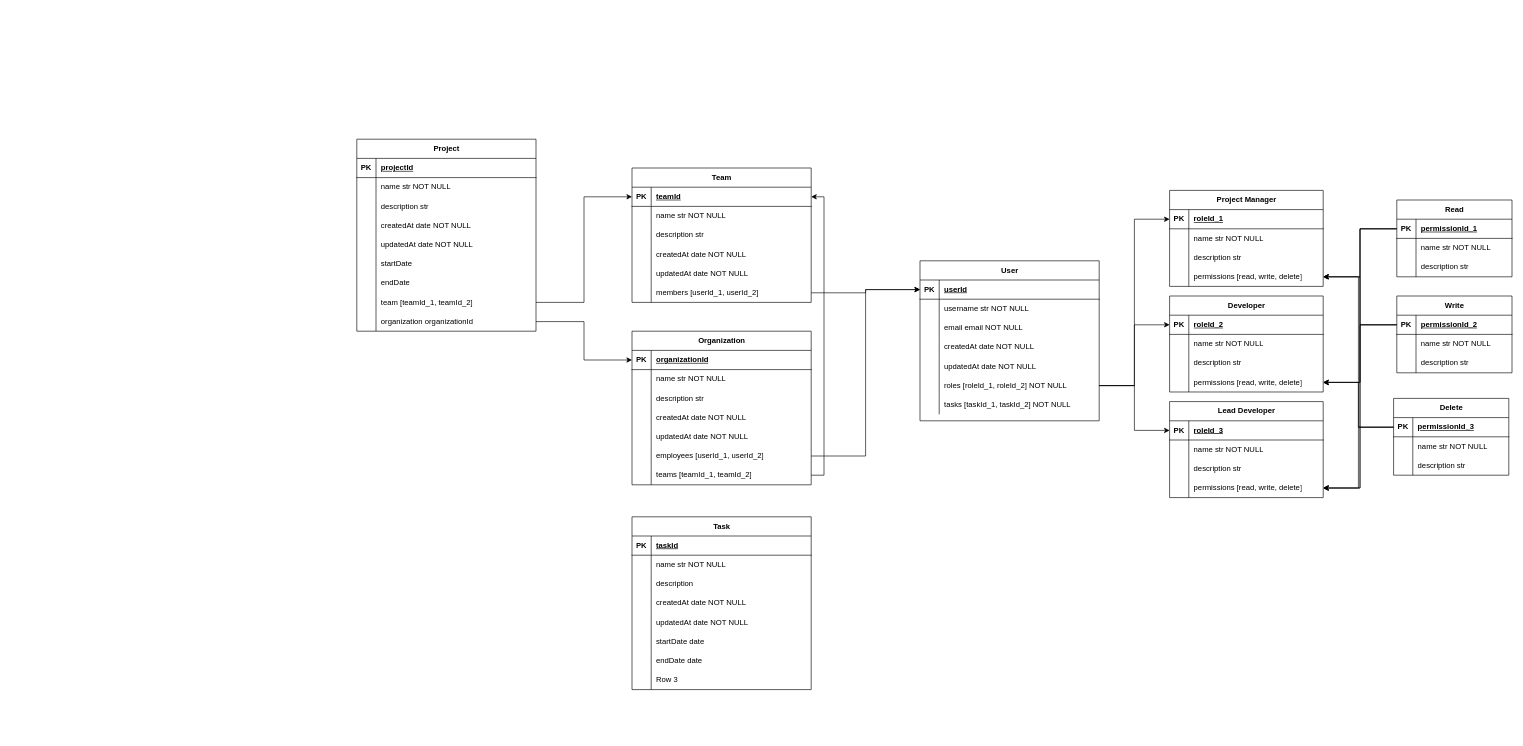
The draw.io diagram Project Sage.drawio in LeePaulison/project_sage, before the edit. Source tidied: cells renumbered, new cells numbered last; positions are measured from the earlier drawing's top-left corner, leaving out a move shared by most shapes. Both pictures are drawn from the tidied source at 64%, with x=0, y=0 at pixel (356, 139).
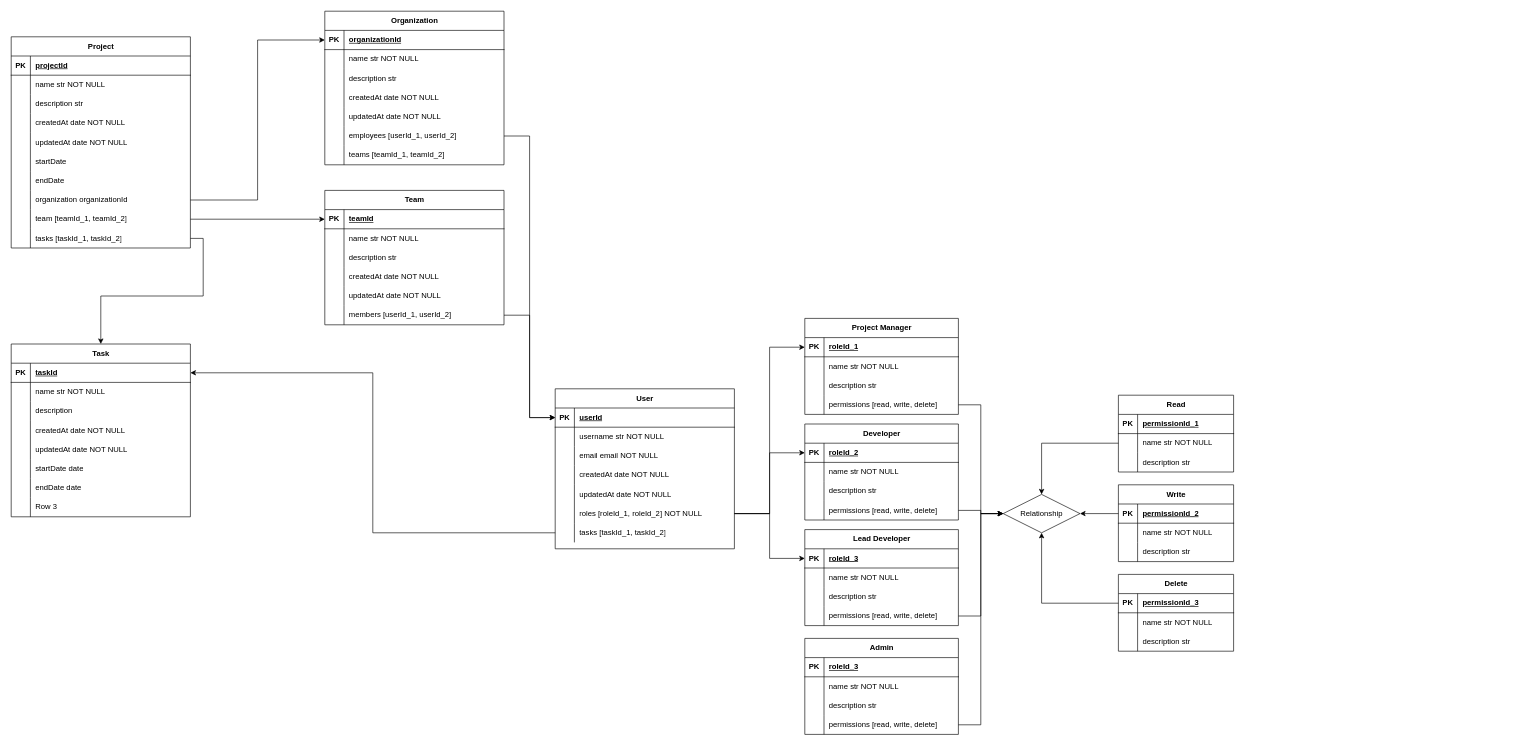
The same diagram, later.

The change refers to these unchanged cells:
```xml
<mxCell id="3" style="shape=tableRow;horizontal=0;startSize=0;swimlaneHead=0;swimlaneBody=0;fillColor=none;points=[[0,0.5],[1,0.5]];portConstraint=eastwest;top=0;left=0;right=0;bottom=1;" parent="2" vertex="1">
  <mxGeometry y="30" width="280" height="30" as="geometry" />
</mxCell>
<mxCell id="21" style="shape=tableRow;horizontal=0;startSize=0;swimlaneHead=0;swimlaneBody=0;fillColor=none;points=[[0,0.5],[1,0.5]];portConstraint=eastwest;top=0;left=0;right=0;bottom=0;" parent="2" vertex="1">
  <mxGeometry y="210" width="280" height="30" as="geometry" />
</mxCell>
<mxCell id="36" style="shape=tableRow;horizontal=0;startSize=0;swimlaneHead=0;swimlaneBody=0;fillColor=none;points=[[0,0.5],[1,0.5]];portConstraint=eastwest;top=0;left=0;right=0;bottom=0;" parent="26" vertex="1">
  <mxGeometry y="120" width="240" height="30" as="geometry" />
</mxCell>
<mxCell id="40" style="shape=tableRow;horizontal=0;startSize=0;swimlaneHead=0;swimlaneBody=0;fillColor=none;points=[[0,0.5],[1,0.5]];portConstraint=eastwest;top=0;left=0;right=0;bottom=1;" parent="39" vertex="1">
  <mxGeometry y="30" width="180" height="30" as="geometry" />
</mxCell>
<mxCell id="43" style="shape=tableRow;horizontal=0;startSize=0;swimlaneHead=0;swimlaneBody=0;fillColor=none;points=[[0,0.5],[1,0.5]];portConstraint=eastwest;top=0;left=0;right=0;bottom=0;" parent="39" vertex="1">
  <mxGeometry y="60" width="180" height="30" as="geometry" />
</mxCell>
<mxCell id="59" style="shape=tableRow;horizontal=0;startSize=0;swimlaneHead=0;swimlaneBody=0;fillColor=none;points=[[0,0.5],[1,0.5]];portConstraint=eastwest;top=0;left=0;right=0;bottom=0;" parent="49" vertex="1">
  <mxGeometry y="120" width="240" height="30" as="geometry" />
</mxCell>
<mxCell id="72" style="shape=tableRow;horizontal=0;startSize=0;swimlaneHead=0;swimlaneBody=0;fillColor=none;points=[[0,0.5],[1,0.5]];portConstraint=eastwest;top=0;left=0;right=0;bottom=0;" parent="62" vertex="1">
  <mxGeometry y="120" width="240" height="30" as="geometry" />
</mxCell>
<mxCell id="76" style="shape=tableRow;horizontal=0;startSize=0;swimlaneHead=0;swimlaneBody=0;fillColor=none;points=[[0,0.5],[1,0.5]];portConstraint=eastwest;top=0;left=0;right=0;bottom=1;" parent="75" vertex="1">
  <mxGeometry y="30" width="180" height="30" as="geometry" />
</mxCell>
<mxCell id="86" style="shape=tableRow;horizontal=0;startSize=0;swimlaneHead=0;swimlaneBody=0;fillColor=none;points=[[0,0.5],[1,0.5]];portConstraint=eastwest;top=0;left=0;right=0;bottom=1;" parent="85" vertex="1">
  <mxGeometry y="30" width="180" height="30" as="geometry" />
</mxCell>
<mxCell id="136" style="shape=tableRow;horizontal=0;startSize=0;swimlaneHead=0;swimlaneBody=0;fillColor=none;points=[[0,0.5],[1,0.5]];portConstraint=eastwest;top=0;left=0;right=0;bottom=1;" parent="135" vertex="1">
  <mxGeometry y="30" width="280" height="30" as="geometry" />
</mxCell>
<mxCell id="154" style="shape=tableRow;horizontal=0;startSize=0;swimlaneHead=0;swimlaneBody=0;fillColor=none;points=[[0,0.5],[1,0.5]];portConstraint=eastwest;top=0;left=0;right=0;bottom=0;" parent="135" vertex="1">
  <mxGeometry y="210" width="280" height="30" as="geometry" />
</mxCell>
<mxCell id="158" style="shape=tableRow;horizontal=0;startSize=0;swimlaneHead=0;swimlaneBody=0;fillColor=none;points=[[0,0.5],[1,0.5]];portConstraint=eastwest;top=0;left=0;right=0;bottom=1;" parent="157" vertex="1">
  <mxGeometry y="30" width="280" height="30" as="geometry" />
</mxCell>
<mxCell id="173" style="shape=tableRow;horizontal=0;startSize=0;swimlaneHead=0;swimlaneBody=0;fillColor=none;points=[[0,0.5],[1,0.5]];portConstraint=eastwest;top=0;left=0;right=0;bottom=0;" parent="157" vertex="1">
  <mxGeometry y="180" width="280" height="30" as="geometry" />
</mxCell>
<mxCell id="182" style="shape=tableRow;horizontal=0;startSize=0;swimlaneHead=0;swimlaneBody=0;fillColor=none;points=[[0,0.5],[1,0.5]];portConstraint=eastwest;top=0;left=0;right=0;bottom=1;" parent="181" vertex="1">
  <mxGeometry y="30" width="280" height="30" as="geometry" />
</mxCell>
```

What changed in the source:
```diff
@@
     <mxCell id="2" value="User" style="shape=table;startSize=30;childLayout=tableLayout;rowLines=0;fontStyle=1;align=center;html=1;" parent="1" vertex="1">
-      <mxGeometry x="880" y="190" width="280" height="250" as="geometry" />
+      <mxGeometry x="310" y="390" width="280" height="250" as="geometry" />
     </mxCell>
@@
-    <mxCell id="23" value="tasks [taskId_1, taskId_2] NOT NULL" style="shape=partialRectangle;fillColor=none;top=0;left=0;bottom=0;right=0;align=left;spacingLeft=6;overflow=hidden;whiteSpace=wrap;html=1;" parent="21" vertex="1">
+    <mxCell id="23" value="tasks [taskId_1, taskId_2]" style="shape=partialRectangle;fillColor=none;top=0;left=0;bottom=0;right=0;align=left;spacingLeft=6;overflow=hidden;whiteSpace=wrap;html=1;" parent="21" vertex="1">
       <mxGeometry x="30" width="250" height="30" as="geometry" />
     </mxCell>
     <mxCell id="24" style="shape=tableRow;horizontal=0;startSize=0;swimlaneHead=0;swimlaneBody=0;fillColor=none;top=0;left=0;right=0;bottom=0;" parent="1" vertex="1">
-      <mxGeometry x="900" y="340" width="180" height="30" as="geometry" />
+      <mxGeometry x="330" y="540" width="180" height="30" as="geometry" />
     </mxCell>
@@
     <mxCell id="26" value="Project Manager" style="shape=table;startSize=30;childLayout=tableLayout;rowLines=0;fontStyle=1;align=center;html=1;" parent="1" vertex="1">
-      <mxGeometry x="1270" y="80" width="240" height="150" as="geometry" />
+      <mxGeometry x="700" y="280" width="240" height="150" as="geometry" />
     </mxCell>
@@
     <mxCell id="39" value="Read" style="shape=table;startSize=30;childLayout=tableLayout;rowLines=0;fontStyle=1;align=center;html=1;" parent="1" vertex="1">
-      <mxGeometry x="1625" y="95" width="180" height="120" as="geometry" />
+      <mxGeometry x="1190" y="400" width="180" height="120" as="geometry" />
     </mxCell>
@@
     <mxCell id="49" value="Developer" style="shape=table;startSize=30;childLayout=tableLayout;rowLines=0;fontStyle=1;align=center;html=1;" parent="1" vertex="1">
-      <mxGeometry x="1270" y="245" width="240" height="150" as="geometry" />
+      <mxGeometry x="700" y="445" width="240" height="150" as="geometry" />
     </mxCell>
@@
     <mxCell id="62" value="Lead Developer" style="shape=table;startSize=30;childLayout=tableLayout;rowLines=0;fontStyle=1;align=center;html=1;" parent="1" vertex="1">
-      <mxGeometry x="1270" y="410" width="240" height="150" as="geometry" />
+      <mxGeometry x="700" y="610" width="240" height="150" as="geometry" />
     </mxCell>
@@
     <mxCell id="75" value="Write" style="shape=table;startSize=30;childLayout=tableLayout;rowLines=0;fontStyle=1;align=center;html=1;" parent="1" vertex="1">
-      <mxGeometry x="1625" y="245" width="180" height="120" as="geometry" />
+      <mxGeometry x="1190" y="540" width="180" height="120" as="geometry" />
     </mxCell>
@@
     <mxCell id="85" value="Delete" style="shape=table;startSize=30;childLayout=tableLayout;rowLines=0;fontStyle=1;align=center;html=1;" parent="1" vertex="1">
-      <mxGeometry x="1620" y="405" width="180" height="120" as="geometry" />
+      <mxGeometry x="1190" y="680" width="180" height="120" as="geometry" />
     </mxCell>
@@
-    <mxCell id="95" style="edgeStyle=orthogonalEdgeStyle;rounded=0;jettySize=auto;html=1;exitX=0;exitY=0.5;exitDx=0;exitDy=0;entryX=1;entryY=0.5;entryDx=0;entryDy=0;" parent="1" edge="1" source="40" target="36">
-      <mxGeometry relative="1" as="geometry" />
-    </mxCell>
-    <mxCell id="96" style="edgeStyle=orthogonalEdgeStyle;rounded=0;jettySize=auto;html=1;exitX=0;exitY=0.5;exitDx=0;exitDy=0;entryX=1;entryY=0.5;entryDx=0;entryDy=0;" parent="1" edge="1" source="76" target="36">
-      <mxGeometry relative="1" as="geometry" />
-    </mxCell>
-    <mxCell id="97" style="edgeStyle=orthogonalEdgeStyle;rounded=0;jettySize=auto;html=1;exitX=0;exitY=0.5;exitDx=0;exitDy=0;entryX=1;entryY=0.5;entryDx=0;entryDy=0;" parent="1" edge="1" source="86" target="36">
-      <mxGeometry relative="1" as="geometry" />
-    </mxCell>
-    <mxCell id="98" style="edgeStyle=orthogonalEdgeStyle;rounded=0;jettySize=auto;html=1;exitX=0;exitY=0.5;exitDx=0;exitDy=0;entryX=1;entryY=0.5;entryDx=0;entryDy=0;" parent="1" edge="1" source="40" target="59">
-      <mxGeometry relative="1" as="geometry" />
-    </mxCell>
-    <mxCell id="99" style="edgeStyle=orthogonalEdgeStyle;rounded=0;jettySize=auto;html=1;exitX=0;exitY=0.5;exitDx=0;exitDy=0;entryX=1;entryY=0.5;entryDx=0;entryDy=0;" parent="1" edge="1" source="76" target="59">
-      <mxGeometry relative="1" as="geometry" />
-    </mxCell>
-    <mxCell id="100" style="edgeStyle=orthogonalEdgeStyle;rounded=0;jettySize=auto;html=1;exitX=0;exitY=0.5;exitDx=0;exitDy=0;" parent="1" edge="1" source="86" target="59">
-      <mxGeometry relative="1" as="geometry" />
-    </mxCell>
-    <mxCell id="101" style="edgeStyle=orthogonalEdgeStyle;rounded=0;jettySize=auto;html=1;exitX=0;exitY=0.5;exitDx=0;exitDy=0;" parent="1" edge="1" source="40" target="72">
-      <mxGeometry relative="1" as="geometry" />
-    </mxCell>
-    <mxCell id="102" style="edgeStyle=orthogonalEdgeStyle;rounded=0;jettySize=auto;html=1;exitX=0;exitY=0.5;exitDx=0;exitDy=0;" parent="1" edge="1" source="76" target="72">
-      <mxGeometry relative="1" as="geometry" />
-    </mxCell>
-    <mxCell id="103" style="edgeStyle=orthogonalEdgeStyle;rounded=0;jettySize=auto;html=1;exitX=0;exitY=0.5;exitDx=0;exitDy=0;" parent="1" edge="1" source="86" target="72">
-      <mxGeometry relative="1" as="geometry" />
-    </mxCell>
@@
     <mxCell id="107" value="Project" style="shape=table;startSize=30;childLayout=tableLayout;rowLines=0;fontStyle=1;align=center;html=1;" parent="1" vertex="1">
-      <mxGeometry width="280" height="300" as="geometry" />
+      <mxGeometry x="-540" y="-160" width="280" height="330" as="geometry" />
     </mxCell>
@@
+    <mxCell id="132" style="shape=tableRow;horizontal=0;startSize=0;swimlaneHead=0;swimlaneBody=0;fillColor=none;points=[[0,0.5],[1,0.5]];portConstraint=eastwest;top=0;left=0;right=0;bottom=0;" parent="107" vertex="1">
+      <mxGeometry y="240" width="280" height="30" as="geometry" />
+    </mxCell>
+    <mxCell id="133" style="shape=partialRectangle;fillColor=none;top=0;left=0;bottom=0;right=0;overflow=hidden;whiteSpace=wrap;html=1;" parent="132" vertex="1">
+      <mxGeometry width="30" height="30" as="geometry" />
+    </mxCell>
+    <mxCell id="134" value="organization organizationId" style="shape=partialRectangle;fillColor=none;top=0;left=0;bottom=0;right=0;align=left;spacingLeft=6;overflow=hidden;whiteSpace=wrap;html=1;" parent="132" vertex="1">
+      <mxGeometry x="30" width="250" height="30" as="geometry" />
+    </mxCell>
     <mxCell id="129" style="shape=tableRow;horizontal=0;startSize=0;swimlaneHead=0;swimlaneBody=0;fillColor=none;points=[[0,0.5],[1,0.5]];portConstraint=eastwest;top=0;left=0;right=0;bottom=0;" parent="107" vertex="1">
-      <mxGeometry y="240" width="280" height="30" as="geometry" />
+      <mxGeometry y="270" width="280" height="30" as="geometry" />
     </mxCell>
@@
-    <mxCell id="132" style="shape=tableRow;horizontal=0;startSize=0;swimlaneHead=0;swimlaneBody=0;fillColor=none;points=[[0,0.5],[1,0.5]];portConstraint=eastwest;top=0;left=0;right=0;bottom=0;" parent="107" vertex="1">
-      <mxGeometry y="270" width="280" height="30" as="geometry" />
-    </mxCell>
-    <mxCell id="133" style="shape=partialRectangle;fillColor=none;top=0;left=0;bottom=0;right=0;overflow=hidden;whiteSpace=wrap;html=1;" parent="132" vertex="1">
-      <mxGeometry width="30" height="30" as="geometry" />
-    </mxCell>
-    <mxCell id="134" value="organization organizationId" style="shape=partialRectangle;fillColor=none;top=0;left=0;bottom=0;right=0;align=left;spacingLeft=6;overflow=hidden;whiteSpace=wrap;html=1;" parent="132" vertex="1">
-      <mxGeometry x="30" width="250" height="30" as="geometry" />
-    </mxCell>
+    <mxCell id="206" style="shape=tableRow;horizontal=0;startSize=0;swimlaneHead=0;swimlaneBody=0;fillColor=none;points=[[0,0.5],[1,0.5]];portConstraint=eastwest;top=0;left=0;right=0;bottom=0;" parent="107" vertex="1">
+      <mxGeometry y="300" width="280" height="30" as="geometry" />
+    </mxCell>
+    <mxCell id="207" style="shape=partialRectangle;fillColor=none;top=0;left=0;bottom=0;right=0;overflow=hidden;whiteSpace=wrap;html=1;" parent="206" vertex="1">
+      <mxGeometry width="30" height="30" as="geometry" />
+    </mxCell>
+    <mxCell id="208" value="tasks [taskId_1, taskId_2]" style="shape=partialRectangle;fillColor=none;top=0;left=0;bottom=0;right=0;align=left;spacingLeft=6;overflow=hidden;whiteSpace=wrap;html=1;" parent="206" vertex="1">
+      <mxGeometry x="30" width="250" height="30" as="geometry" />
+    </mxCell>
     <mxCell id="135" value="Organization" style="shape=table;startSize=30;childLayout=tableLayout;rowLines=0;fontStyle=1;align=center;html=1;" parent="1" vertex="1">
-      <mxGeometry x="430" y="300" width="280" height="240" as="geometry" />
+      <mxGeometry x="-50" y="-200" width="280" height="240" as="geometry" />
     </mxCell>
@@
     <mxCell id="157" value="Team" style="shape=table;startSize=30;childLayout=tableLayout;rowLines=0;fontStyle=1;align=center;html=1;" parent="1" vertex="1">
-      <mxGeometry x="430" y="45" width="280" height="210" as="geometry" />
+      <mxGeometry x="-50" y="80" width="280" height="210" as="geometry" />
     </mxCell>
@@
-    <mxCell id="177" style="edgeStyle=orthogonalEdgeStyle;rounded=0;jettySize=auto;html=1;exitX=1;exitY=0.5;exitDx=0;exitDy=0;entryX=0;entryY=0.5;entryDx=0;entryDy=0;" parent="1" edge="1" source="132" target="136">
-      <mxGeometry relative="1" as="geometry" />
-    </mxCell>
-    <mxCell id="178" style="edgeStyle=orthogonalEdgeStyle;rounded=0;jettySize=auto;html=1;exitX=1;exitY=0.5;exitDx=0;exitDy=0;entryX=1;entryY=0.5;entryDx=0;entryDy=0;" parent="1" edge="1" source="154" target="158">
-      <mxGeometry relative="1" as="geometry" />
-    </mxCell>
@@
-    <mxCell id="180" style="edgeStyle=orthogonalEdgeStyle;rounded=0;jettySize=auto;html=1;exitX=1;exitY=0.5;exitDx=0;exitDy=0;entryX=0;entryY=0.5;entryDx=0;entryDy=0;" parent="1" edge="1" source="173" target="3">
-      <mxGeometry relative="1" as="geometry" />
-    </mxCell>
     <mxCell id="181" value="Task" style="shape=table;startSize=30;childLayout=tableLayout;rowLines=0;fontStyle=1;align=center;html=1;" parent="1" vertex="1">
-      <mxGeometry x="430" y="590" width="280" height="270" as="geometry" />
+      <mxGeometry x="-540" y="320" width="280" height="270" as="geometry" />
     </mxCell>
@@
+    <mxCell id="209" value="Admin" style="shape=table;startSize=30;childLayout=tableLayout;rowLines=0;fontStyle=1;align=center;html=1;" parent="1" vertex="1">
+      <mxGeometry x="700" y="780" width="240" height="150" as="geometry" />
+    </mxCell>
+    <mxCell id="210" style="shape=tableRow;horizontal=0;startSize=0;swimlaneHead=0;swimlaneBody=0;fillColor=none;top=0;left=0;right=0;bottom=1;" parent="209" vertex="1">
+      <mxGeometry y="30" width="240" height="30" as="geometry" />
+    </mxCell>
+    <mxCell id="211" value="PK" style="shape=partialRectangle;fillColor=none;top=0;left=0;bottom=0;right=0;fontStyle=1;overflow=hidden;whiteSpace=wrap;html=1;" parent="210" vertex="1">
+      <mxGeometry width="30" height="30" as="geometry" />
+    </mxCell>
+    <mxCell id="212" value="roleId_3" style="shape=partialRectangle;fillColor=none;top=0;left=0;bottom=0;right=0;align=left;spacingLeft=6;fontStyle=5;overflow=hidden;whiteSpace=wrap;html=1;" parent="210" vertex="1">
+      <mxGeometry x="30" width="210" height="30" as="geometry" />
+    </mxCell>
+    <mxCell id="213" style="shape=tableRow;horizontal=0;startSize=0;swimlaneHead=0;swimlaneBody=0;fillColor=none;top=0;left=0;right=0;bottom=0;" parent="209" vertex="1">
+      <mxGeometry y="60" width="240" height="30" as="geometry" />
+    </mxCell>
+    <mxCell id="214" style="shape=partialRectangle;fillColor=none;top=0;left=0;bottom=0;right=0;overflow=hidden;whiteSpace=wrap;html=1;" parent="213" vertex="1">
+      <mxGeometry width="30" height="30" as="geometry" />
+    </mxCell>
+    <mxCell id="215" value="name str NOT NULL" style="shape=partialRectangle;fillColor=none;top=0;left=0;bottom=0;right=0;align=left;spacingLeft=6;overflow=hidden;whiteSpace=wrap;html=1;" parent="213" vertex="1">
+      <mxGeometry x="30" width="210" height="30" as="geometry" />
+    </mxCell>
+    <mxCell id="216" style="shape=tableRow;horizontal=0;startSize=0;swimlaneHead=0;swimlaneBody=0;fillColor=none;top=0;left=0;right=0;bottom=0;" parent="209" vertex="1">
+      <mxGeometry y="90" width="240" height="30" as="geometry" />
+    </mxCell>
+    <mxCell id="217" style="shape=partialRectangle;fillColor=none;top=0;left=0;bottom=0;right=0;overflow=hidden;whiteSpace=wrap;html=1;" parent="216" vertex="1">
+      <mxGeometry width="30" height="30" as="geometry" />
+    </mxCell>
+    <mxCell id="218" value="description str" style="shape=partialRectangle;fillColor=none;top=0;left=0;bottom=0;right=0;align=left;spacingLeft=6;overflow=hidden;whiteSpace=wrap;html=1;" parent="216" vertex="1">
+      <mxGeometry x="30" width="210" height="30" as="geometry" />
+    </mxCell>
+    <mxCell id="219" style="shape=tableRow;horizontal=0;startSize=0;swimlaneHead=0;swimlaneBody=0;fillColor=none;points=[[0,0.5],[1,0.5]];portConstraint=eastwest;top=0;left=0;right=0;bottom=0;" parent="209" vertex="1">
+      <mxGeometry y="120" width="240" height="30" as="geometry" />
+    </mxCell>
+    <mxCell id="220" style="shape=partialRectangle;fillColor=none;top=0;left=0;bottom=0;right=0;overflow=hidden;whiteSpace=wrap;html=1;" parent="219" vertex="1">
+      <mxGeometry width="30" height="30" as="geometry" />
+    </mxCell>
+    <mxCell id="221" value="permissions [read, write, delete]" style="shape=partialRectangle;fillColor=none;top=0;left=0;bottom=0;right=0;align=left;spacingLeft=6;overflow=hidden;whiteSpace=wrap;html=1;" parent="219" vertex="1">
+      <mxGeometry x="30" width="210" height="30" as="geometry" />
+    </mxCell>
+    <mxCell id="222" value="Relationship" style="shape=rhombus;perimeter=rhombusPerimeter;whiteSpace=wrap;html=1;align=center;" parent="1" vertex="1">
+      <mxGeometry x="1010" y="555" width="120" height="60" as="geometry" />
+    </mxCell>
+    <mxCell id="223" style="edgeStyle=orthogonalEdgeStyle;rounded=0;jettySize=auto;html=1;exitX=0;exitY=0.5;exitDx=0;exitDy=0;entryX=0.5;entryY=0;entryDx=0;entryDy=0;" parent="1" edge="1" source="43" target="222">
+      <mxGeometry relative="1" as="geometry" />
+    </mxCell>
+    <mxCell id="224" style="edgeStyle=orthogonalEdgeStyle;rounded=0;jettySize=auto;html=1;exitX=0;exitY=0.5;exitDx=0;exitDy=0;entryX=0.5;entryY=1;entryDx=0;entryDy=0;" parent="1" edge="1" source="86" target="222">
+      <mxGeometry relative="1" as="geometry" />
+    </mxCell>
+    <mxCell id="225" style="edgeStyle=orthogonalEdgeStyle;rounded=0;jettySize=auto;html=1;exitX=0;exitY=0.5;exitDx=0;exitDy=0;entryX=1;entryY=0.5;entryDx=0;entryDy=0;" parent="1" edge="1" source="76" target="222">
+      <mxGeometry relative="1" as="geometry" />
+    </mxCell>
+    <mxCell id="226" style="edgeStyle=orthogonalEdgeStyle;rounded=0;jettySize=auto;html=1;exitX=1;exitY=0.5;exitDx=0;exitDy=0;entryX=0;entryY=0.5;entryDx=0;entryDy=0;" parent="1" edge="1" source="36" target="222">
+      <mxGeometry relative="1" as="geometry" />
+    </mxCell>
+    <mxCell id="227" style="edgeStyle=orthogonalEdgeStyle;rounded=0;jettySize=auto;html=1;exitX=1;exitY=0.5;exitDx=0;exitDy=0;" parent="1" edge="1" source="59" target="222">
+      <mxGeometry relative="1" as="geometry" />
+    </mxCell>
+    <mxCell id="228" style="edgeStyle=orthogonalEdgeStyle;rounded=0;jettySize=auto;html=1;exitX=1;exitY=0.5;exitDx=0;exitDy=0;entryX=0;entryY=0.5;entryDx=0;entryDy=0;" parent="1" edge="1" source="72" target="222">
+      <mxGeometry relative="1" as="geometry" />
+    </mxCell>
+    <mxCell id="229" style="edgeStyle=orthogonalEdgeStyle;rounded=0;jettySize=auto;html=1;exitX=1;exitY=0.5;exitDx=0;exitDy=0;entryX=0;entryY=0.5;entryDx=0;entryDy=0;" parent="1" edge="1" source="219" target="222">
+      <mxGeometry relative="1" as="geometry" />
+    </mxCell>
+    <mxCell id="177" style="edgeStyle=orthogonalEdgeStyle;rounded=0;jettySize=auto;html=1;exitX=1;exitY=0.5;exitDx=0;exitDy=0;entryX=0;entryY=0.5;entryDx=0;entryDy=0;" parent="1" edge="1" source="132" target="136">
+      <mxGeometry relative="1" as="geometry" />
+    </mxCell>
+    <mxCell id="230" style="edgeStyle=orthogonalEdgeStyle;rounded=0;jettySize=auto;html=1;exitX=1;exitY=0.5;exitDx=0;exitDy=0;entryX=0.5;entryY=0;entryDx=0;entryDy=0;" parent="1" edge="1" source="206" target="181">
+      <mxGeometry relative="1" as="geometry" />
+    </mxCell>
+    <mxCell id="180" style="edgeStyle=orthogonalEdgeStyle;rounded=0;jettySize=auto;html=1;exitX=1;exitY=0.5;exitDx=0;exitDy=0;entryX=0;entryY=0.5;entryDx=0;entryDy=0;" parent="1" edge="1" source="173" target="3">
+      <mxGeometry relative="1" as="geometry" />
+    </mxCell>
+    <mxCell id="231" style="edgeStyle=orthogonalEdgeStyle;rounded=0;jettySize=auto;html=1;exitX=0;exitY=0.5;exitDx=0;exitDy=0;entryX=1;entryY=0.5;entryDx=0;entryDy=0;" parent="1" edge="1" source="21" target="182">
+      <mxGeometry relative="1" as="geometry" />
+    </mxCell>
```
